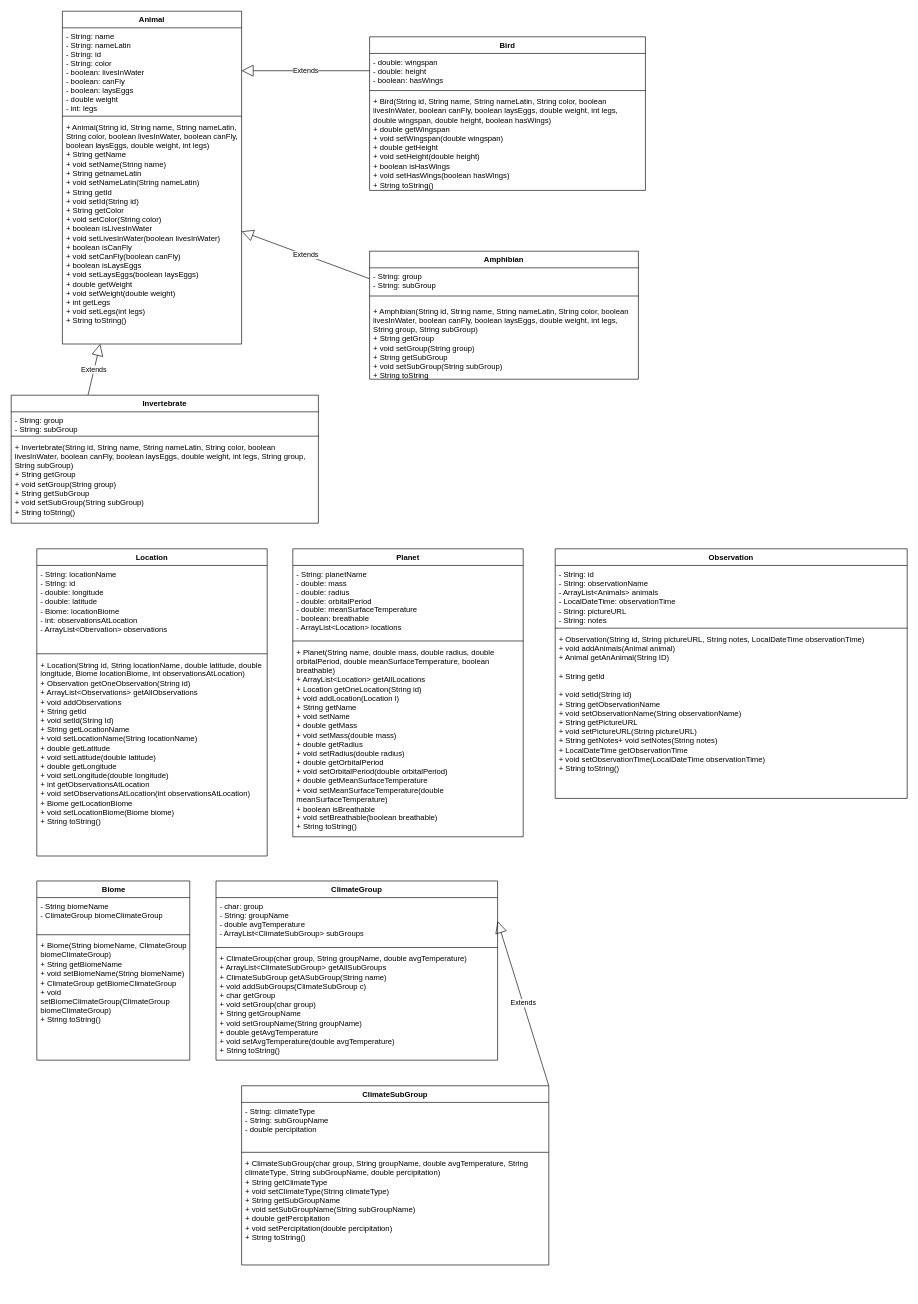
Above: Untitled Diagram.drawio in ramibakir/MapOfLife (draw.io), before the change. Source tidied: cells renumbered, new cells numbered last; positions are measured from the earlier drawing's top-left corner, leaving out a move shared by most shapes. Both pictures are drawn from the tidied source at 64%, with x=0, y=0 at pixel (11, 11).
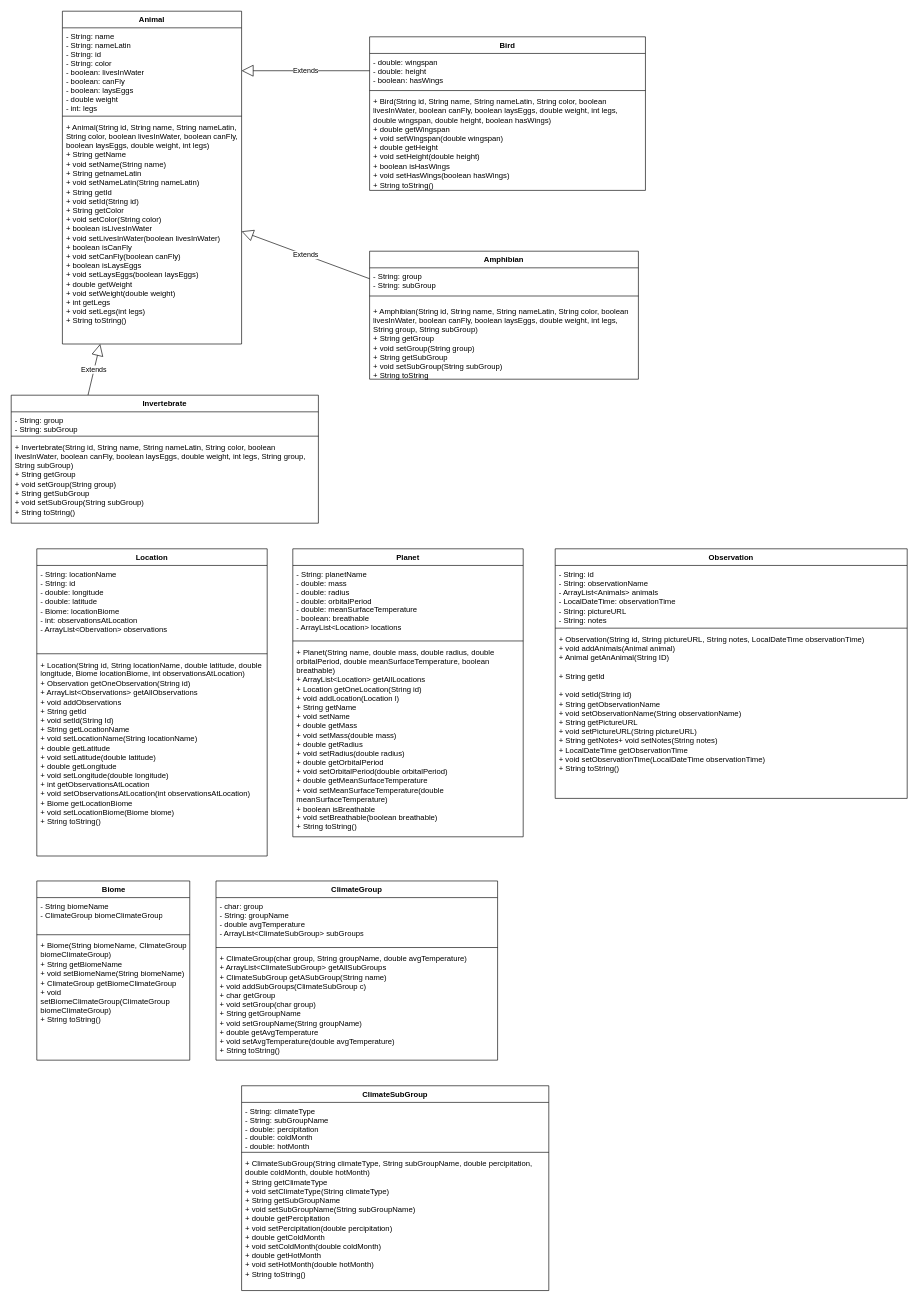
The same page after the edit.

Commit message:
Update ClimateSubGroup with two new variables.drawio

The change refers to these unchanged cells:
```xml
<mxCell id="35" value="- char: group&#10;- String: groupName&#10;- double avgTemperature&#10;- ArrayList&lt;ClimateSubGroup&gt; subGroups&#10;" style="text;strokeColor=none;fillColor=none;align=left;verticalAlign=top;spacingLeft=4;spacingRight=4;overflow=hidden;points=[[0,0.5],[1,0.5]];portConstraint=eastwest;whiteSpace=wrap;" parent="34" vertex="1">
  <mxGeometry y="26" width="440" height="74" as="geometry" />
</mxCell>
```

Change to the diagram source:
```diff
@@
-    <mxCell id="9" value="Extends" style="endArrow=block;endSize=16;endFill=0;html=1;entryX=1;entryY=0.5;entryDx=0;entryDy=0;exitX=1;exitY=0;exitDx=0;exitDy=0;" parent="1" edge="1" source="38" target="35">
-      <mxGeometry relative="1" as="geometry" />
-    </mxCell>
@@
     <mxCell id="38" value="ClimateSubGroup" style="swimlane;fontStyle=1;align=center;verticalAlign=top;horizontal=1;startSize=26;" parent="1" vertex="1">
-      <mxGeometry x="360" y="1679" width="480" height="280" as="geometry" />
+      <mxGeometry x="360" y="1679" width="480" height="320" as="geometry" />
     </mxCell>
-    <mxCell id="39" value="- String: climateType&#10;- String: subGroupName&#10;- double percipitation&#10;" style="text;strokeColor=none;fillColor=none;align=left;verticalAlign=top;spacingLeft=4;spacingRight=4;overflow=hidden;" parent="38" vertex="1">
+    <mxCell id="39" value="- String: climateType&#10;- String: subGroupName&#10;- double: percipitation&#10;- double: coldMonth&#10;- double: hotMonth" style="text;strokeColor=none;fillColor=none;align=left;verticalAlign=top;spacingLeft=4;spacingRight=4;overflow=hidden;" parent="38" vertex="1">
       <mxGeometry y="26" width="480" height="74" as="geometry" />
     </mxCell>
@@
-    <mxCell id="41" value="+ ClimateSubGroup(char group, String groupName, double avgTemperature, String climateType, String subGroupName, double percipitation)&#10;+ String getClimateType&#10;+ void setClimateType(String climateType)&#10;+ String getSubGroupName&#10;+ void setSubGroupName(String subGroupName)&#10;+ double getPercipitation&#10;+ void setPercipitation(double percipitation)&#10;+ String toString()&#10;" style="text;strokeColor=none;fillColor=none;align=left;verticalAlign=top;spacingLeft=4;spacingRight=4;overflow=hidden;whiteSpace=wrap;" parent="38" vertex="1">
-      <mxGeometry y="108" width="480" height="172" as="geometry" />
+    <mxCell id="41" value="+ ClimateSubGroup(String climateType, String subGroupName, double percipitation, double coldMonth, double hotMonth)&#10;+ String getClimateType&#10;+ void setClimateType(String climateType)&#10;+ String getSubGroupName&#10;+ void setSubGroupName(String subGroupName)&#10;+ double getPercipitation&#10;+ void setPercipitation(double percipitation)&#10;+ double getColdMonth&#10;+ void setColdMonth(double coldMonth)&#10;+ double getHotMonth&#10;+ void setHotMonth(double hotMonth)&#10;+ String toString()&#10;" style="text;strokeColor=none;fillColor=none;align=left;verticalAlign=top;spacingLeft=4;spacingRight=4;overflow=hidden;whiteSpace=wrap;" parent="38" vertex="1">
+      <mxGeometry y="108" width="480" height="212" as="geometry" />
     </mxCell>
```
